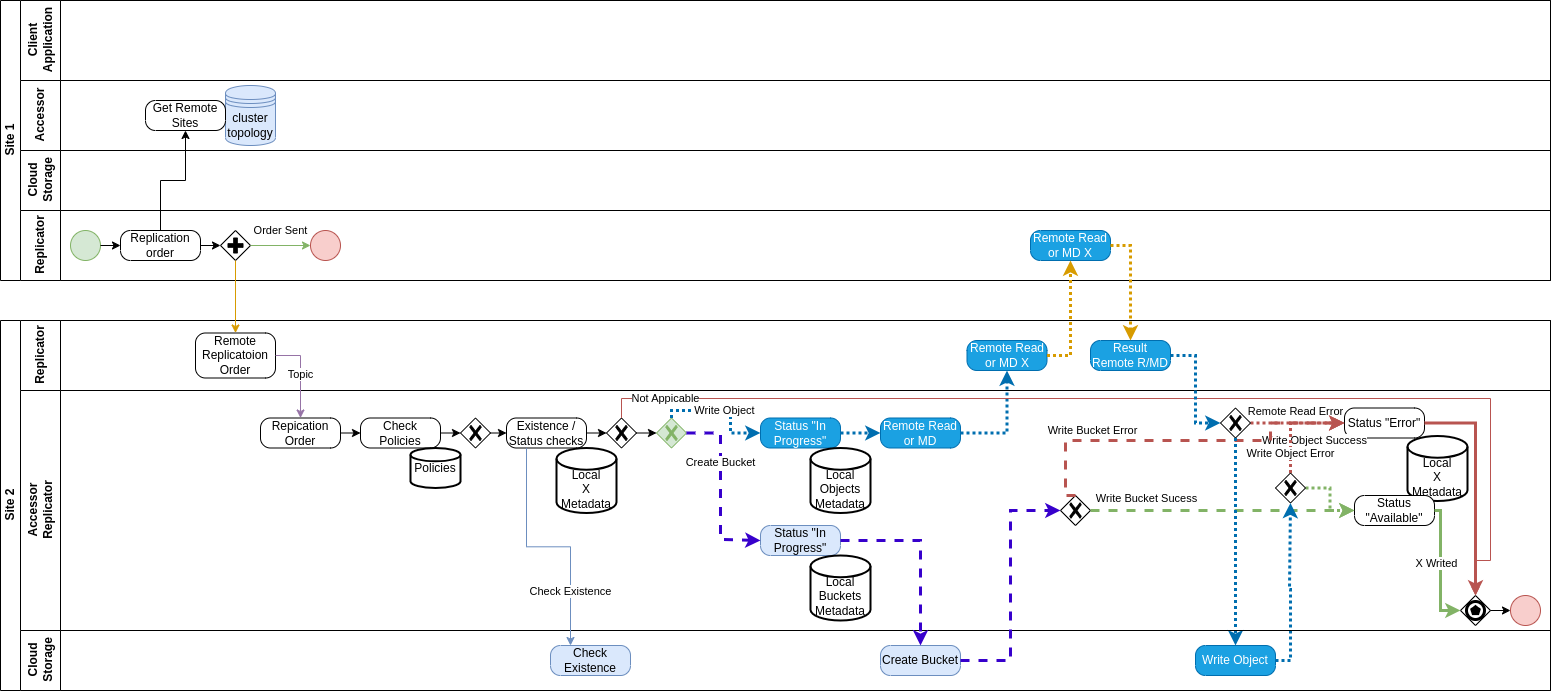
This is ccs-doc/src/source/images/clone-cloud-store-diagram-Replicator-Replication-Order-Write.drawio.png from fredericBregier/clone-cloud-store, a draw.io export, as it was before one commit. Source tidied: cells renumbered, new cells last; positions are measured from the earlier drawing's top-left corner, leaving out a move shared by most shapes.
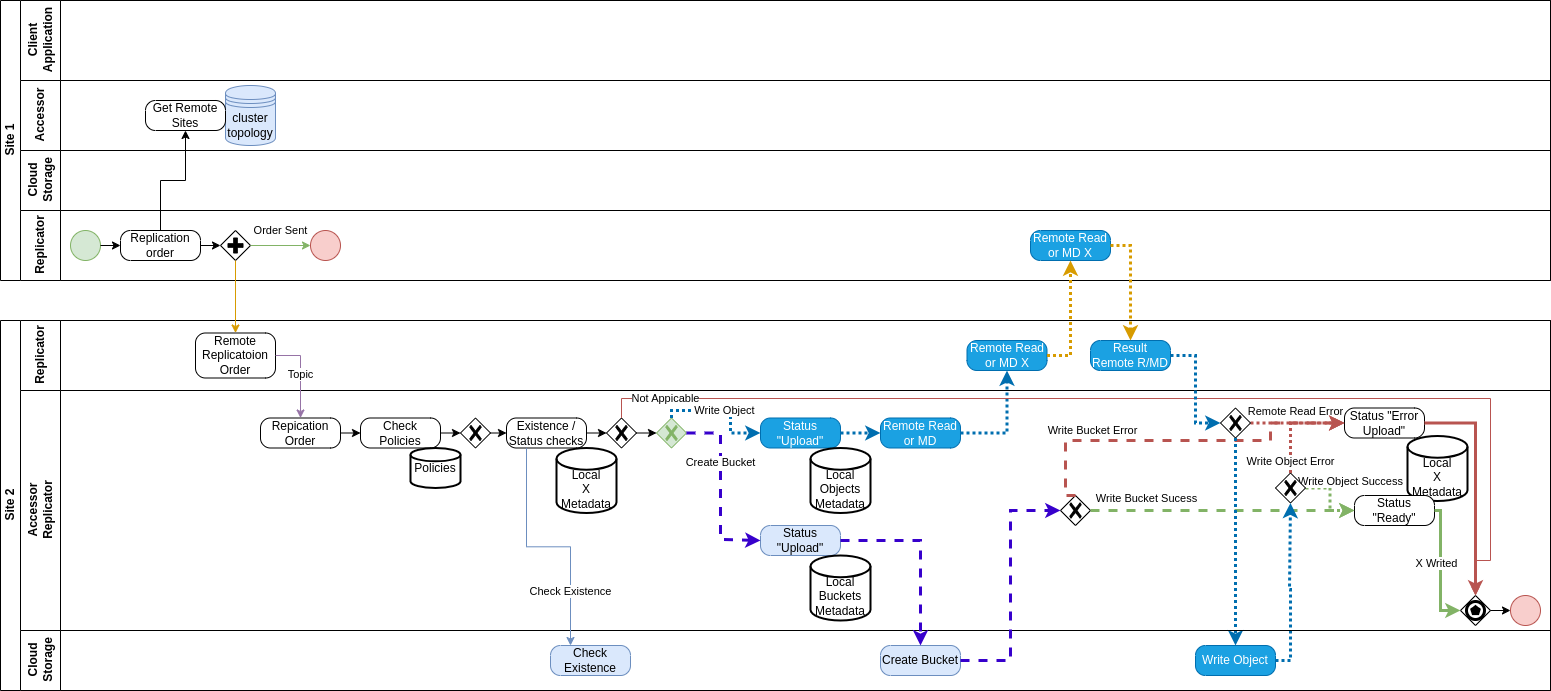
Above is the later version.

Diff of the diagram source:
```diff
@@ -114,7 +114,7 @@
     <mxCell id="36" style="points=[[0.25,0.25,0],[0.5,0,0],[0.75,0.25,0],[1,0.5,0],[0.75,0.75,0],[0.5,1,0],[0.25,0.75,0],[0,0.5,0]];shape=mxgraph.bpmn.gateway2;html=1;verticalLabelPosition=bottom;labelBackgroundColor=#ffffff;verticalAlign=top;align=center;perimeter=rhombusPerimeter;outlineConnect=0;outline=end;symbol=multiple;" parent="21" vertex="1">
       <mxGeometry x="1440" y="205" width="30" height="30" as="geometry" />
     </mxCell>
-    <mxCell id="37" value="Status &quot;In Progress&quot;" style="points=[[0.25,0,0],[0.5,0,0],[0.75,0,0],[1,0.25,0],[1,0.5,0],[1,0.75,0],[0.75,1,0],[0.5,1,0],[0.25,1,0],[0,0.75,0],[0,0.5,0],[0,0.25,0]];shape=mxgraph.bpmn.task;whiteSpace=wrap;rectStyle=rounded;size=10;html=1;taskMarker=abstract;fillColor=#1ba1e2;fontColor=#ffffff;strokeColor=#006EAF;" parent="21" vertex="1">
+    <mxCell id="37" value="Status &quot;Upload&quot;" style="points=[[0.25,0,0],[0.5,0,0],[0.75,0,0],[1,0.25,0],[1,0.5,0],[1,0.75,0],[0.75,1,0],[0.5,1,0],[0.25,1,0],[0,0.75,0],[0,0.5,0],[0,0.25,0]];shape=mxgraph.bpmn.task;whiteSpace=wrap;rectStyle=rounded;size=10;html=1;taskMarker=abstract;fillColor=#1ba1e2;fontColor=#ffffff;strokeColor=#006EAF;" parent="21" vertex="1">
       <mxGeometry x="740" y="27.5" width="80" height="30" as="geometry" />
     </mxCell>
     <mxCell id="38" value="Local Objects Metadata" style="strokeWidth=2;html=1;shape=mxgraph.flowchart.database;whiteSpace=wrap;verticalAlign=bottom;" parent="21" vertex="1">
@@ -138,10 +138,10 @@
     <mxCell id="42" value="Local&lt;br&gt;X Metadata" style="strokeWidth=2;html=1;shape=mxgraph.flowchart.database;whiteSpace=wrap;verticalAlign=bottom;" parent="21" vertex="1">
       <mxGeometry x="1387" y="45.5" width="60" height="65" as="geometry" />
     </mxCell>
-    <mxCell id="43" value="Status &quot;Available&quot;" style="points=[[0.25,0,0],[0.5,0,0],[0.75,0,0],[1,0.25,0],[1,0.5,0],[1,0.75,0],[0.75,1,0],[0.5,1,0],[0.25,1,0],[0,0.75,0],[0,0.5,0],[0,0.25,0]];shape=mxgraph.bpmn.task;whiteSpace=wrap;rectStyle=rounded;size=10;html=1;taskMarker=abstract;" parent="21" vertex="1">
+    <mxCell id="43" value="Status &quot;Ready&quot;" style="points=[[0.25,0,0],[0.5,0,0],[0.75,0,0],[1,0.25,0],[1,0.5,0],[1,0.75,0],[0.75,1,0],[0.5,1,0],[0.25,1,0],[0,0.75,0],[0,0.5,0],[0,0.25,0]];shape=mxgraph.bpmn.task;whiteSpace=wrap;rectStyle=rounded;size=10;html=1;taskMarker=abstract;" parent="21" vertex="1">
       <mxGeometry x="1334" y="105" width="80" height="30" as="geometry" />
     </mxCell>
-    <mxCell id="44" value="Status &quot;Error&quot;" style="points=[[0.25,0,0],[0.5,0,0],[0.75,0,0],[1,0.25,0],[1,0.5,0],[1,0.75,0],[0.75,1,0],[0.5,1,0],[0.25,1,0],[0,0.75,0],[0,0.5,0],[0,0.25,0]];shape=mxgraph.bpmn.task;whiteSpace=wrap;rectStyle=rounded;size=10;html=1;taskMarker=abstract;" parent="21" vertex="1">
+    <mxCell id="44" value="Status &quot;Error Upload&quot;" style="points=[[0.25,0,0],[0.5,0,0],[0.75,0,0],[1,0.25,0],[1,0.5,0],[1,0.75,0],[0.75,1,0],[0.5,1,0],[0.25,1,0],[0,0.75,0],[0,0.5,0],[0,0.25,0]];shape=mxgraph.bpmn.task;whiteSpace=wrap;rectStyle=rounded;size=10;html=1;taskMarker=abstract;" parent="21" vertex="1">
       <mxGeometry x="1324" y="17.5" width="80" height="30" as="geometry" />
     </mxCell>
     <mxCell id="45" value="X Writed" style="edgeStyle=orthogonalEdgeStyle;rounded=0;jettySize=auto;html=1;exitX=1;exitY=0.5;exitDx=0;exitDy=0;exitPerimeter=0;entryX=0;entryY=0.5;entryDx=0;entryDy=0;entryPerimeter=0;fillColor=#d5e8d4;strokeColor=#82b366;strokeWidth=3;" parent="21" edge="1" source="43" target="36">
@@ -153,8 +153,8 @@
       </mxGeometry>
     </mxCell>
     <mxCell id="46" value="Write Object Success" style="edgeStyle=orthogonalEdgeStyle;rounded=0;jettySize=auto;html=1;exitX=1;exitY=0.5;exitDx=0;exitDy=0;exitPerimeter=0;entryX=0;entryY=0.5;entryDx=0;entryDy=0;entryPerimeter=0;fillColor=#d5e8d4;strokeColor=#82b366;strokeWidth=3;dashed=1;dashPattern=1 1;" parent="21" edge="1" source="49" target="43">
-      <mxGeometry x="-0.57" y="31" relative="1" as="geometry">
-        <mxPoint x="-6" y="-17" as="offset" />
+      <mxGeometry x="-0.31" y="22" relative="1" as="geometry">
+        <mxPoint x="21" y="15" as="offset" />
       </mxGeometry>
     </mxCell>
     <mxCell id="47" value="Remote Read Error" style="edgeStyle=orthogonalEdgeStyle;rounded=0;jettySize=auto;html=1;exitX=1;exitY=0.5;exitDx=0;exitDy=0;exitPerimeter=0;entryX=0;entryY=0.5;entryDx=0;entryDy=0;entryPerimeter=0;fillColor=#f8cecc;strokeColor=#b85450;strokeWidth=3;dashed=1;dashPattern=1 1;" parent="21" edge="1" source="48" target="44">
@@ -169,12 +169,14 @@
       <mxGeometry x="1255" y="82.5" width="30" height="30" as="geometry" />
     </mxCell>
     <mxCell id="50" value="Write Object Error" style="edgeStyle=orthogonalEdgeStyle;rounded=0;jettySize=auto;html=1;exitX=0.5;exitY=0;exitDx=0;exitDy=0;exitPerimeter=0;entryX=0;entryY=0.5;entryDx=0;entryDy=0;entryPerimeter=0;fillColor=#f8cecc;strokeColor=#b85450;strokeWidth=3;dashed=1;dashPattern=1 1;" parent="21" edge="1" source="49" target="44">
-      <mxGeometry x="-0.62" relative="1" as="geometry" />
+      <mxGeometry x="-0.76" relative="1" as="geometry">
+        <mxPoint y="1" as="offset" />
+      </mxGeometry>
     </mxCell>
     <mxCell id="51" style="edgeStyle=orthogonalEdgeStyle;rounded=0;jettySize=auto;html=1;exitX=1;exitY=0.5;exitDx=0;exitDy=0;exitPerimeter=0;entryX=0.5;entryY=0;entryDx=0;entryDy=0;entryPerimeter=0;fillColor=#f8cecc;strokeColor=#b85450;strokeWidth=3;" parent="21" edge="1" source="44" target="36">
       <mxGeometry relative="1" as="geometry" />
     </mxCell>
-    <mxCell id="52" value="Status &quot;In Progress&quot;" style="points=[[0.25,0,0],[0.5,0,0],[0.75,0,0],[1,0.25,0],[1,0.5,0],[1,0.75,0],[0.75,1,0],[0.5,1,0],[0.25,1,0],[0,0.75,0],[0,0.5,0],[0,0.25,0]];shape=mxgraph.bpmn.task;whiteSpace=wrap;rectStyle=rounded;size=10;html=1;taskMarker=abstract;fillColor=#dae8fc;strokeColor=#6c8ebf;" parent="21" vertex="1">
+    <mxCell id="52" value="Status &quot;Upload&quot;" style="points=[[0.25,0,0],[0.5,0,0],[0.75,0,0],[1,0.25,0],[1,0.5,0],[1,0.75,0],[0.75,1,0],[0.5,1,0],[0.25,1,0],[0,0.75,0],[0,0.5,0],[0,0.25,0]];shape=mxgraph.bpmn.task;whiteSpace=wrap;rectStyle=rounded;size=10;html=1;taskMarker=abstract;fillColor=#dae8fc;strokeColor=#6c8ebf;" parent="21" vertex="1">
       <mxGeometry x="740" y="135" width="80" height="30" as="geometry" />
     </mxCell>
     <mxCell id="53" value="Local Buckets Metadata" style="strokeWidth=2;html=1;shape=mxgraph.flowchart.database;whiteSpace=wrap;verticalAlign=bottom;" parent="21" vertex="1">
```
